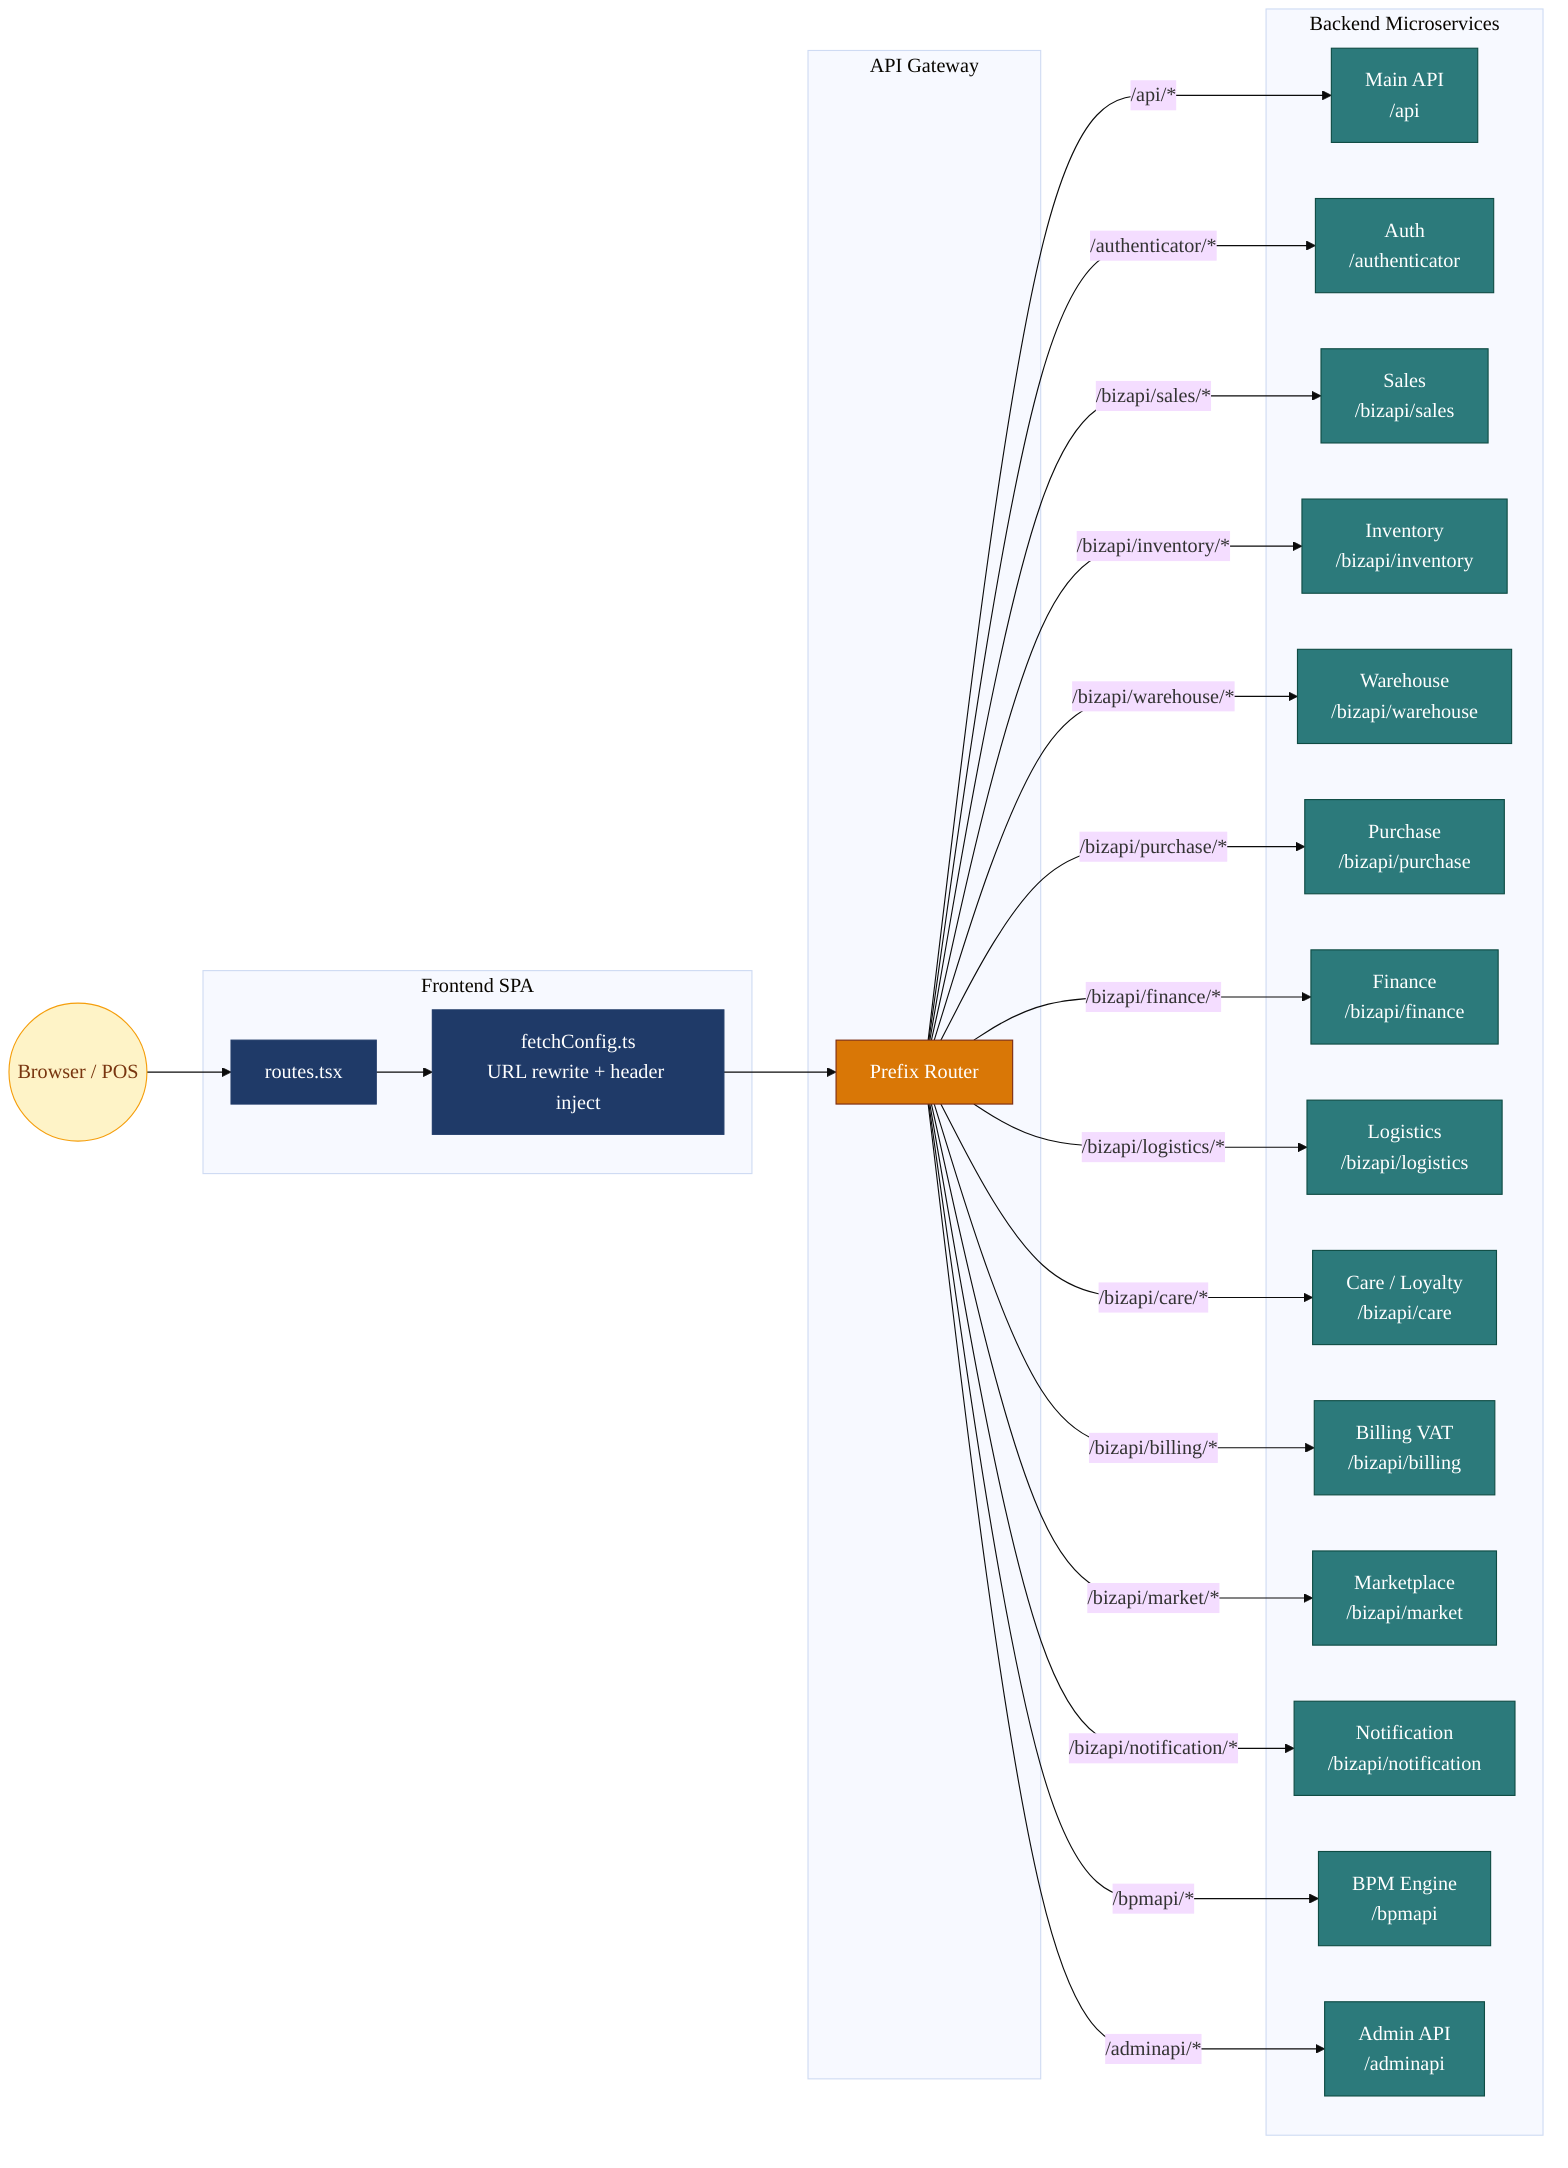
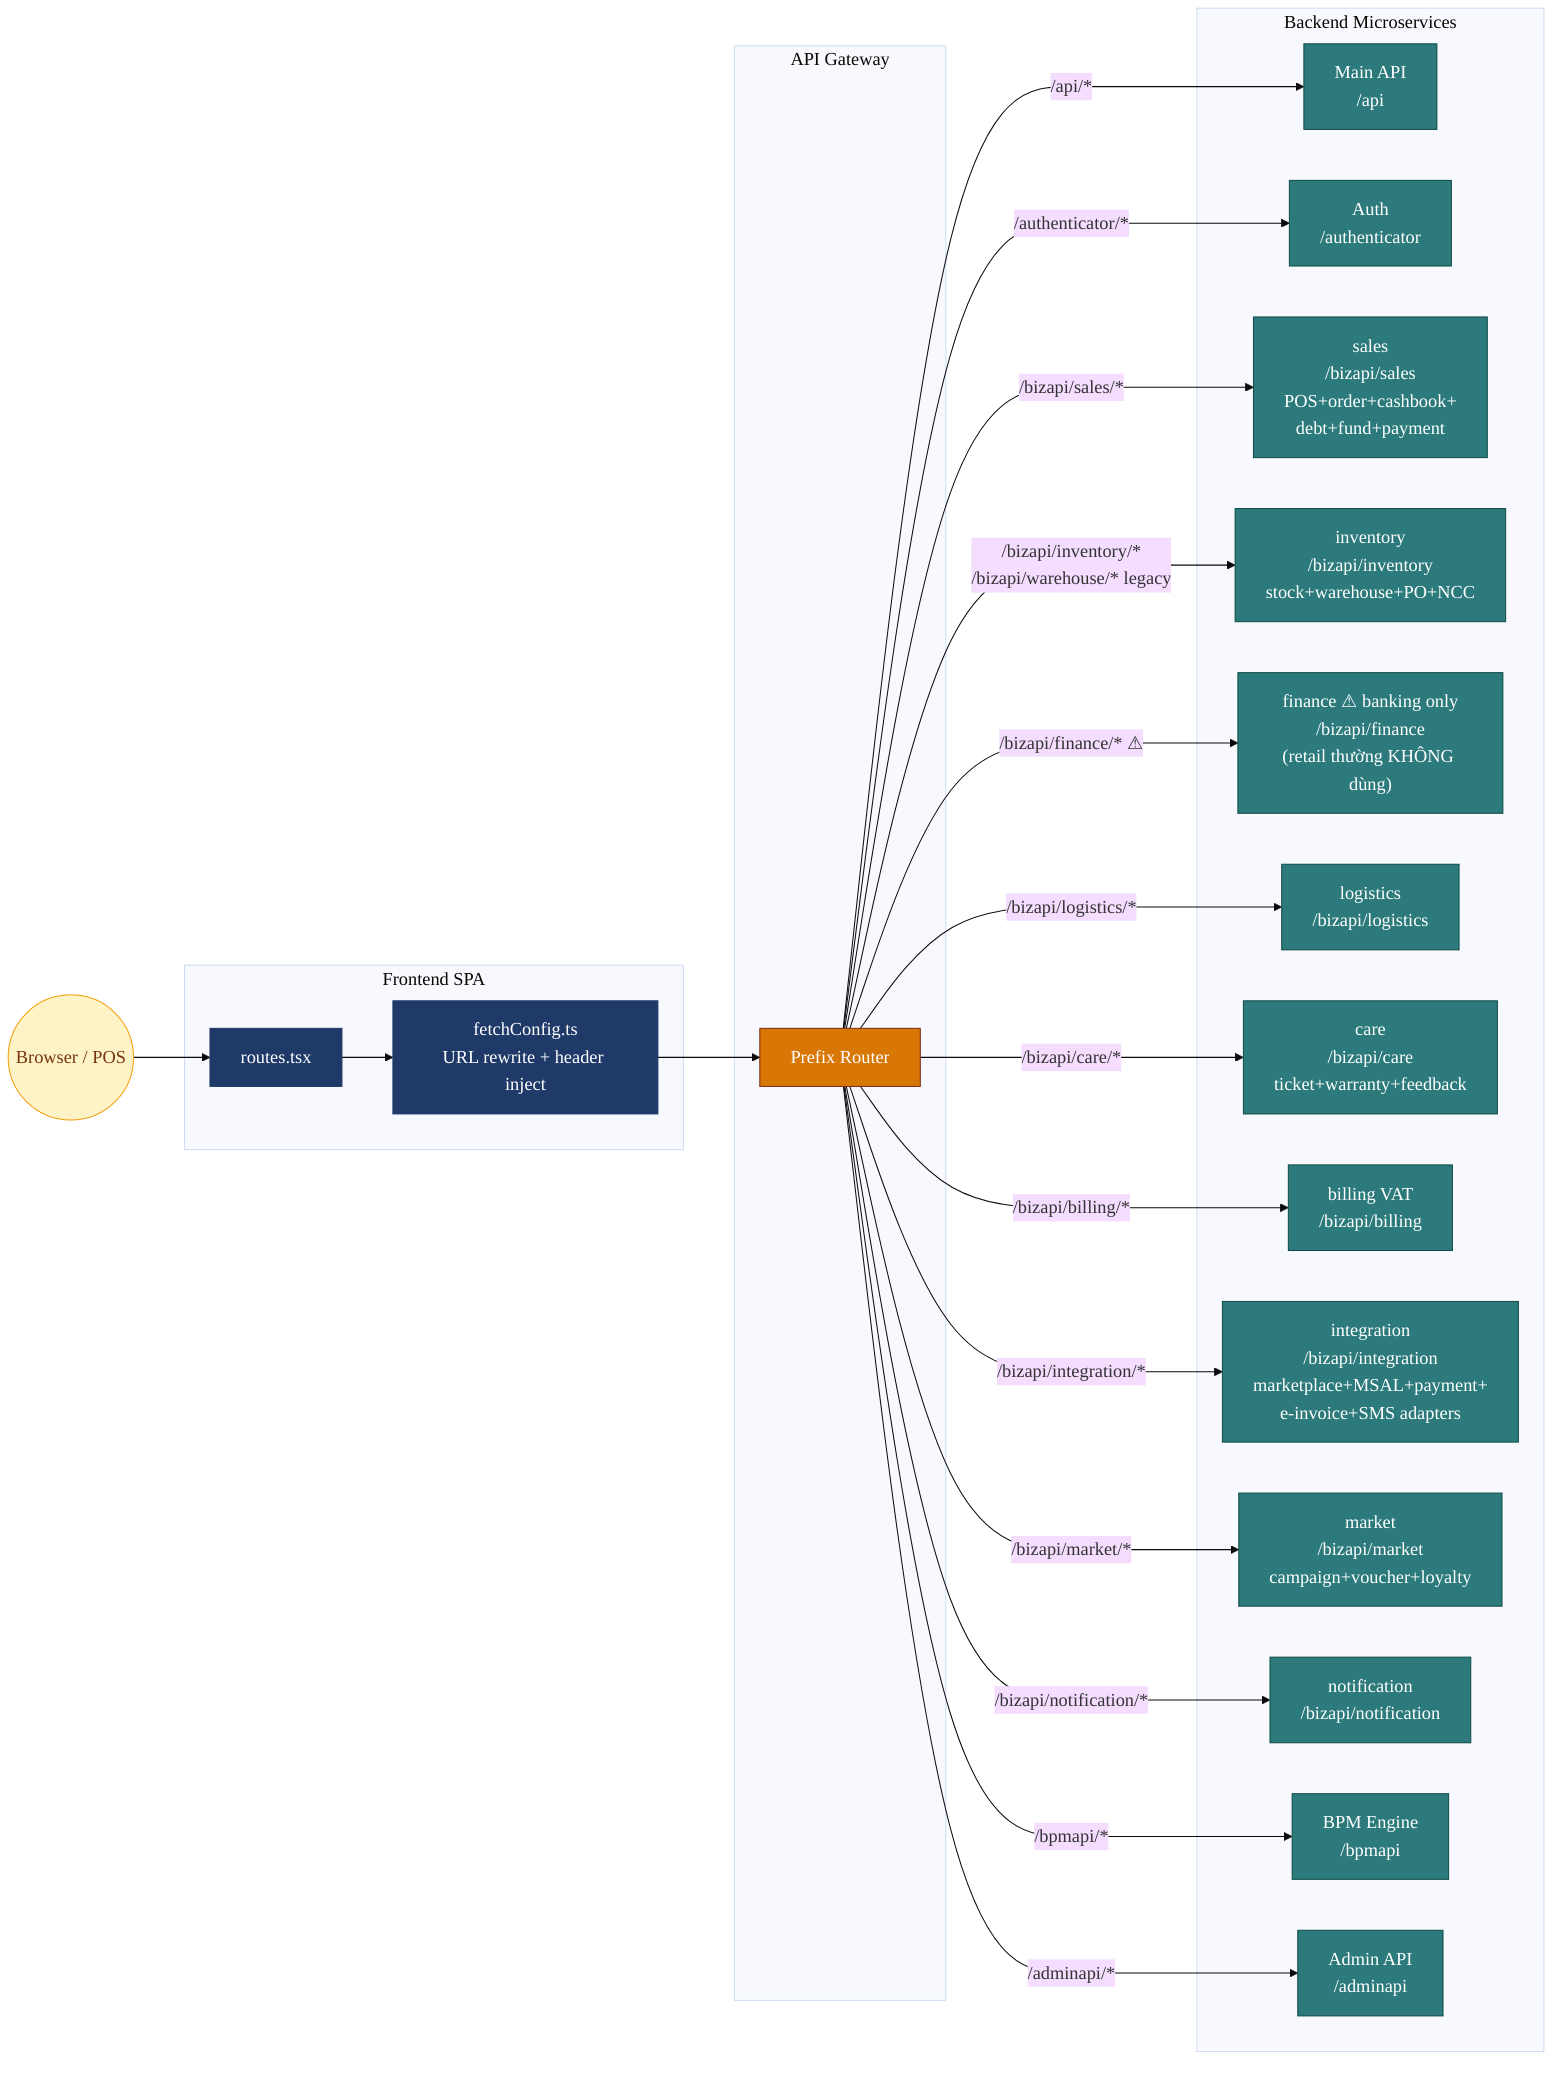
%%{init: {'theme':'base','themeVariables':{'fontFamily':'Calibri','fontSize':'18px'}}}%%
flowchart LR
    BR((Browser / POS))
    subgraph FE["Frontend SPA"]
      ROUTES["routes.tsx"]
      INTERCEPT["fetchConfig.ts<br/>URL rewrite + header inject"]
    end
    subgraph GW_LAYER["API Gateway"]
      GW["Prefix Router"]
    end
    subgraph BE["Backend Microservices"]
      MAIN["Main API<br/>/api"]
      AUTH["Auth<br/>/authenticator"]
-       SALES["Sales<br/>/bizapi/sales"]
-       INV["Inventory<br/>/bizapi/inventory"]
-       WH["Warehouse<br/>/bizapi/warehouse"]
-       PUR["Purchase<br/>/bizapi/purchase"]
-       FIN["Finance<br/>/bizapi/finance"]
-       LOG["Logistics<br/>/bizapi/logistics"]
-       CARE["Care / Loyalty<br/>/bizapi/care"]
-       BILL["Billing VAT<br/>/bizapi/billing"]
-       MKT["Marketplace<br/>/bizapi/market"]
-       NOTIF["Notification<br/>/bizapi/notification"]
+       SALES["sales<br/>/bizapi/sales<br/>POS+order+cashbook+<br/>debt+fund+payment"]
+       INV["inventory<br/>/bizapi/inventory<br/>stock+warehouse+PO+NCC"]
+       FIN["finance ⚠ banking only<br/>/bizapi/finance<br/>(retail thường KHÔNG dùng)"]
+       LOG["logistics<br/>/bizapi/logistics"]
+       CARE["care<br/>/bizapi/care<br/>ticket+warranty+feedback"]
+       BILL["billing VAT<br/>/bizapi/billing"]
+       INTEG["integration<br/>/bizapi/integration<br/>marketplace+MSAL+payment+<br/>e-invoice+SMS adapters"]
+       MKT["market<br/>/bizapi/market<br/>campaign+voucher+loyalty"]
+       NOTIF["notification<br/>/bizapi/notification"]
      BPM["BPM Engine<br/>/bpmapi"]
      ADMIN["Admin API<br/>/adminapi"]
    end

    BR --> ROUTES
    ROUTES --> INTERCEPT
    INTERCEPT --> GW
    GW -->|/api/*| MAIN
    GW -->|/adminapi/*| ADMIN
    GW -->|/authenticator/*| AUTH
    GW -->|/bizapi/sales/*| SALES
-     GW -->|/bizapi/inventory/*| INV
-     GW -->|/bizapi/warehouse/*| WH
-     GW -->|/bizapi/purchase/*| PUR
-     GW -->|/bizapi/finance/*| FIN
+     GW -->|/bizapi/inventory/*<br/>/bizapi/warehouse/* legacy| INV
+     GW -->|/bizapi/finance/* ⚠| FIN
    GW -->|/bizapi/logistics/*| LOG
    GW -->|/bizapi/care/*| CARE
    GW -->|/bizapi/billing/*| BILL
+     GW -->|/bizapi/integration/*| INTEG
    GW -->|/bizapi/market/*| MKT
    GW -->|/bizapi/notification/*| NOTIF
    GW -->|/bpmapi/*| BPM

    classDef fe fill:#1F3A68,stroke:#1F3A68,color:#fff
    classDef gw fill:#D97706,stroke:#7C2D12,color:#fff
    classDef be fill:#2C7A7B,stroke:#0F4C44,color:#fff
    classDef ext fill:#FEF3C7,stroke:#F59E0B,color:#78350F

    class ROUTES,INTERCEPT fe
    class GW gw
-     class MAIN,ADMIN,AUTH,SALES,INV,WH,PUR,FIN,LOG,CARE,BILL,MKT,NOTIF,BPM be
+     class MAIN,ADMIN,AUTH,SALES,INV,FIN,LOG,CARE,BILL,INTEG,MKT,NOTIF,BPM be
    class BR ext
